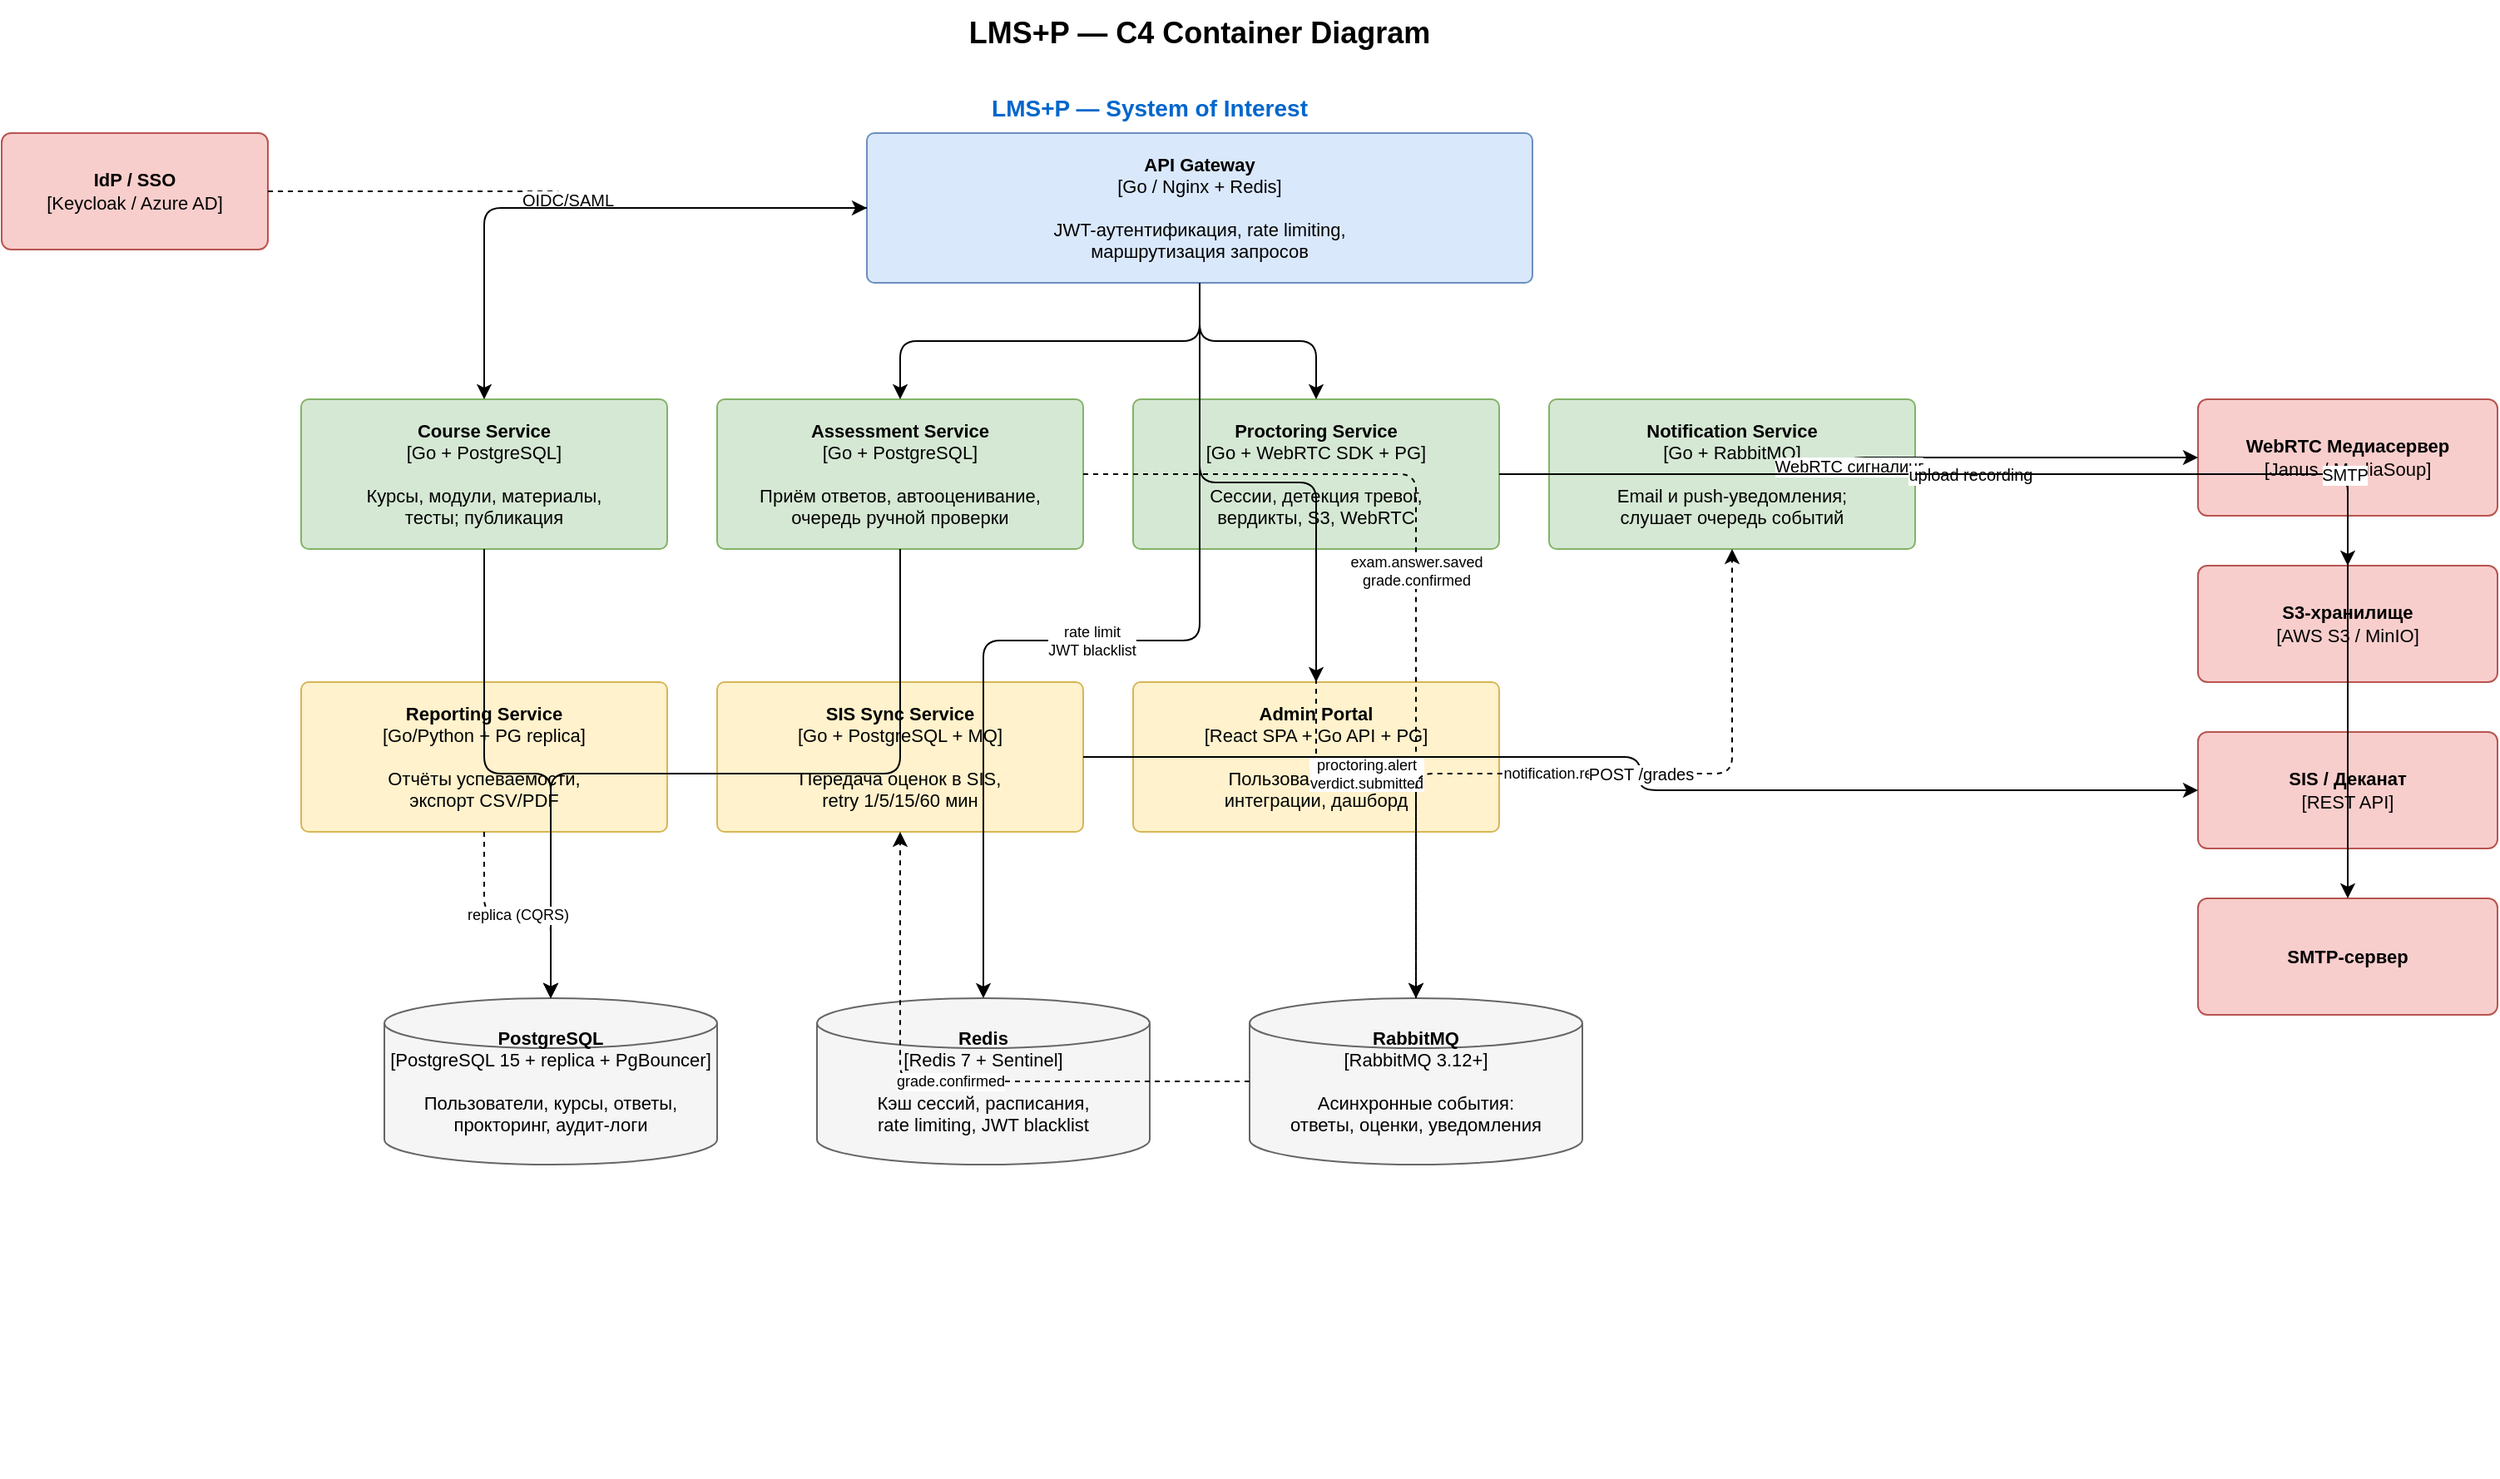
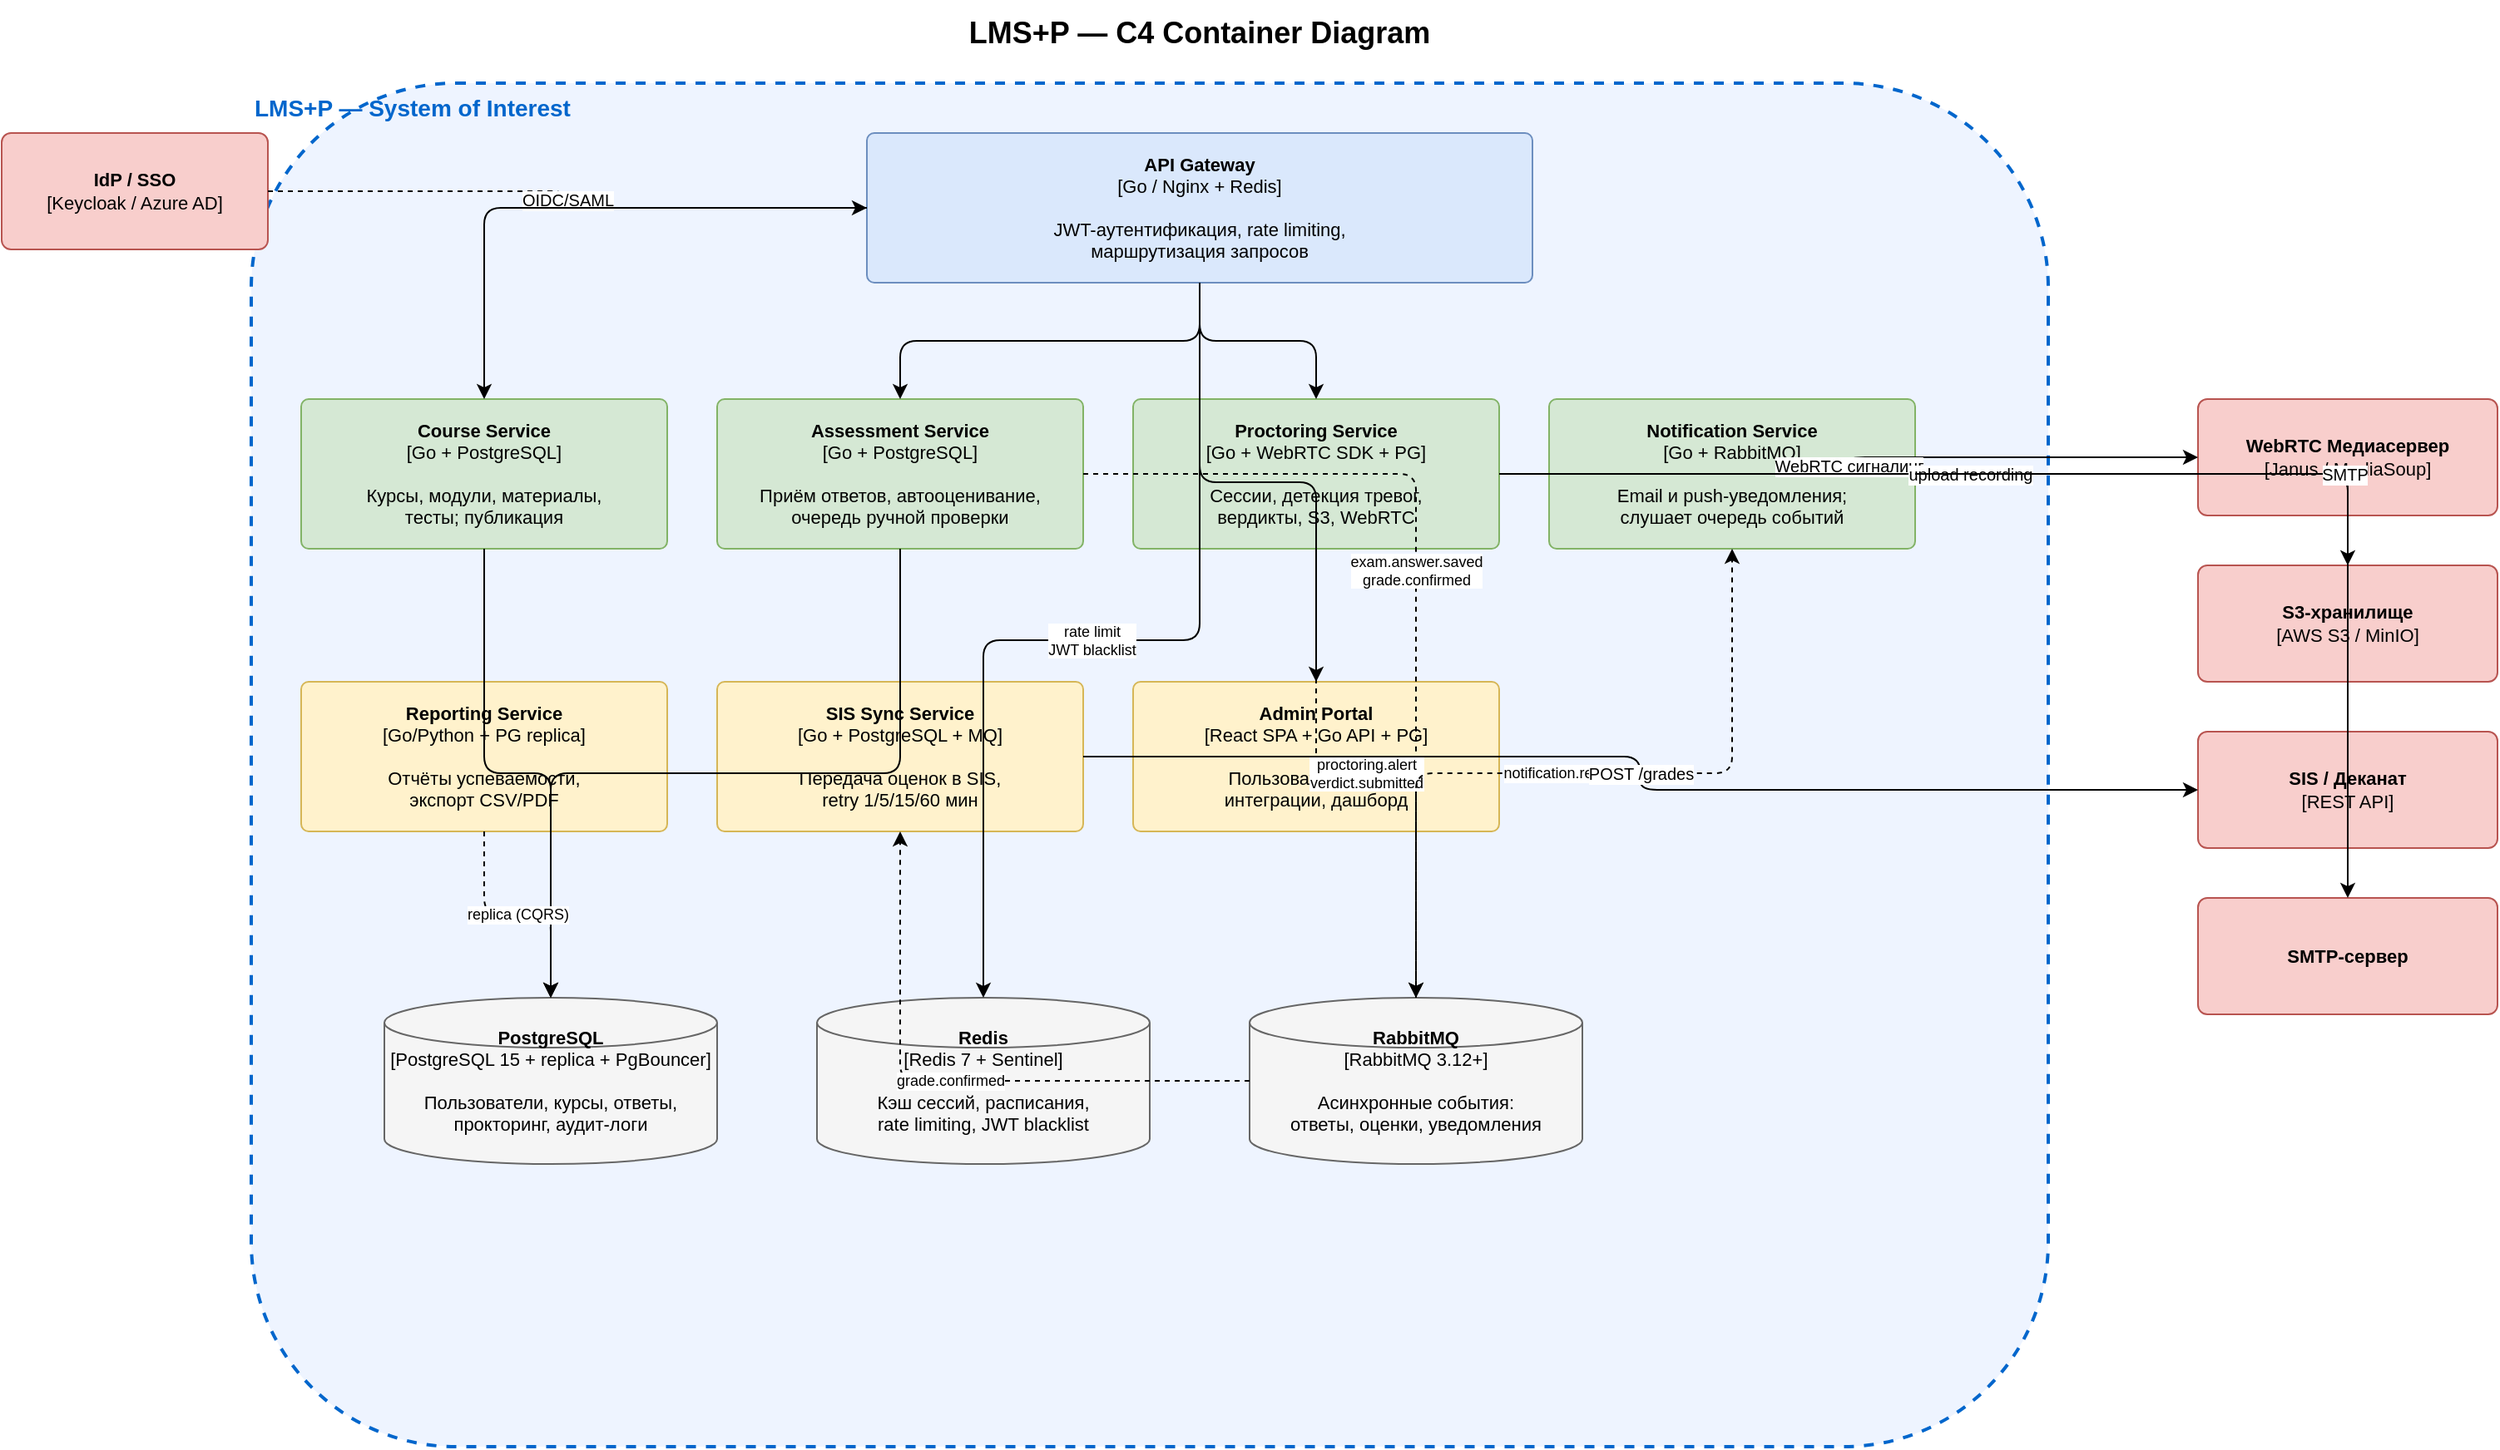
<mxGraphModel dx="1422" dy="762" grid="1" gridSize="10" guides="1" tooltips="1" connect="1" arrows="1" fold="1" page="1" pageScale="1" pageWidth="1654" pageHeight="1169" math="0" shadow="0">
  <root>
    <mxCell id="0" />
    <mxCell id="1" parent="0" />

    <!-- Title -->
    <mxCell id="title" value="LMS+P — C4 Container Diagram" style="text;html=1;strokeColor=none;fillColor=none;align=center;verticalAlign=middle;whiteSpace=wrap;rounded=0;fontSize=18;fontStyle=1;" vertex="1" parent="1">
      <mxGeometry x="450" y="20" width="700" height="40" as="geometry" />
    </mxCell>

    <!-- SoI Boundary -->
-     <mxCell id="boundary" value="LMS+P — System of Interest" style="points=[[0,0],[0.25,0],[0.5,0],[0.75,0],[1,0],[1,0.25],[1,0.5],[1,0.75],[1,1],[0.75,1],[0.5,1],[0.25,1],[0,1],[0,0.75],[0,0.5],[0,0.25]];shape=mxgraph.lean_mapping.electronic_info_flow_edge;whiteSpace=wrap;html=1;fillColor=none;strokeColor=#0066CC;strokeWidth=2;dashed=1;verticalAlign=top;fontSize=14;fontStyle=1;fontColor=#0066CC;" vertex="1" parent="1">
+     <mxCell id="boundary" value="LMS+P — System of Interest" style="text;html=0;strokeColor=#0066CC;fillColor=#EEF4FF;align=left;verticalAlign=top;whiteSpace=wrap;rounded=1;fontSize=14;fontStyle=1;fontColor=#0066CC;dashed=1;strokeWidth=2;" vertex="1" parent="1">
      <mxGeometry x="230" y="70" width="1080" height="820" as="geometry" />
    </mxCell>

    <!-- Layer 1: API Gateway -->
    <mxCell id="gateway" value="&lt;b&gt;API Gateway&lt;/b&gt;&lt;br&gt;[Go / Nginx + Redis]&lt;br&gt;&lt;br&gt;JWT-аутентификация, rate limiting,&lt;br&gt;маршрутизация запросов" style="rounded=1;whiteSpace=wrap;html=1;fillColor=#dae8fc;strokeColor=#6c8ebf;fontSize=11;arcSize=5;" vertex="1" parent="1">
      <mxGeometry x="600" y="100" width="400" height="90" as="geometry" />
    </mxCell>

    <!-- Layer 2: Core Services -->
    <mxCell id="course" value="&lt;b&gt;Course Service&lt;/b&gt;&lt;br&gt;[Go + PostgreSQL]&lt;br&gt;&lt;br&gt;Курсы, модули, материалы,&lt;br&gt;тесты; публикация" style="rounded=1;whiteSpace=wrap;html=1;fillColor=#d5e8d4;strokeColor=#82b366;fontSize=11;arcSize=5;" vertex="1" parent="1">
      <mxGeometry x="260" y="260" width="220" height="90" as="geometry" />
    </mxCell>

    <mxCell id="assessment" value="&lt;b&gt;Assessment Service&lt;/b&gt;&lt;br&gt;[Go + PostgreSQL]&lt;br&gt;&lt;br&gt;Приём ответов, автооценивание,&lt;br&gt;очередь ручной проверки" style="rounded=1;whiteSpace=wrap;html=1;fillColor=#d5e8d4;strokeColor=#82b366;fontSize=11;arcSize=5;" vertex="1" parent="1">
      <mxGeometry x="510" y="260" width="220" height="90" as="geometry" />
    </mxCell>

    <mxCell id="proctoring" value="&lt;b&gt;Proctoring Service&lt;/b&gt;&lt;br&gt;[Go + WebRTC SDK + PG]&lt;br&gt;&lt;br&gt;Сессии, детекция тревог,&lt;br&gt;вердикты, S3, WebRTC" style="rounded=1;whiteSpace=wrap;html=1;fillColor=#d5e8d4;strokeColor=#82b366;fontSize=11;arcSize=5;" vertex="1" parent="1">
      <mxGeometry x="760" y="260" width="220" height="90" as="geometry" />
    </mxCell>

    <mxCell id="notification" value="&lt;b&gt;Notification Service&lt;/b&gt;&lt;br&gt;[Go + RabbitMQ]&lt;br&gt;&lt;br&gt;Email и push-уведомления;&lt;br&gt;слушает очередь событий" style="rounded=1;whiteSpace=wrap;html=1;fillColor=#d5e8d4;strokeColor=#82b366;fontSize=11;arcSize=5;" vertex="1" parent="1">
      <mxGeometry x="1010" y="260" width="220" height="90" as="geometry" />
    </mxCell>

    <!-- Layer 3: Management -->
    <mxCell id="reporting" value="&lt;b&gt;Reporting Service&lt;/b&gt;&lt;br&gt;[Go/Python + PG replica]&lt;br&gt;&lt;br&gt;Отчёты успеваемости,&lt;br&gt;экспорт CSV/PDF" style="rounded=1;whiteSpace=wrap;html=1;fillColor=#fff2cc;strokeColor=#d6b656;fontSize=11;arcSize=5;" vertex="1" parent="1">
      <mxGeometry x="260" y="430" width="220" height="90" as="geometry" />
    </mxCell>

    <mxCell id="sissync" value="&lt;b&gt;SIS Sync Service&lt;/b&gt;&lt;br&gt;[Go + PostgreSQL + MQ]&lt;br&gt;&lt;br&gt;Передача оценок в SIS,&lt;br&gt;retry 1/5/15/60 мин" style="rounded=1;whiteSpace=wrap;html=1;fillColor=#fff2cc;strokeColor=#d6b656;fontSize=11;arcSize=5;" vertex="1" parent="1">
      <mxGeometry x="510" y="430" width="220" height="90" as="geometry" />
    </mxCell>

    <mxCell id="admin" value="&lt;b&gt;Admin Portal&lt;/b&gt;&lt;br&gt;[React SPA + Go API + PG]&lt;br&gt;&lt;br&gt;Пользователи, роли,&lt;br&gt;интеграции, дашборд" style="rounded=1;whiteSpace=wrap;html=1;fillColor=#fff2cc;strokeColor=#d6b656;fontSize=11;arcSize=5;" vertex="1" parent="1">
      <mxGeometry x="760" y="430" width="220" height="90" as="geometry" />
    </mxCell>

    <!-- Layer 4: Storage -->
    <mxCell id="postgres" value="&lt;b&gt;PostgreSQL&lt;/b&gt;&lt;br&gt;[PostgreSQL 15 + replica + PgBouncer]&lt;br&gt;&lt;br&gt;Пользователи, курсы, ответы,&lt;br&gt;прокторинг, аудит-логи" style="shape=cylinder3;whiteSpace=wrap;html=1;fillColor=#f5f5f5;strokeColor=#666666;fontSize=11;" vertex="1" parent="1">
      <mxGeometry x="310" y="620" width="200" height="100" as="geometry" />
    </mxCell>

    <mxCell id="redis" value="&lt;b&gt;Redis&lt;/b&gt;&lt;br&gt;[Redis 7 + Sentinel]&lt;br&gt;&lt;br&gt;Кэш сессий, расписания,&lt;br&gt;rate limiting, JWT blacklist" style="shape=cylinder3;whiteSpace=wrap;html=1;fillColor=#f5f5f5;strokeColor=#666666;fontSize=11;" vertex="1" parent="1">
      <mxGeometry x="570" y="620" width="200" height="100" as="geometry" />
    </mxCell>

    <mxCell id="rabbitmq" value="&lt;b&gt;RabbitMQ&lt;/b&gt;&lt;br&gt;[RabbitMQ 3.12+]&lt;br&gt;&lt;br&gt;Асинхронные события:&lt;br&gt;ответы, оценки, уведомления" style="shape=cylinder3;whiteSpace=wrap;html=1;fillColor=#f5f5f5;strokeColor=#666666;fontSize=11;" vertex="1" parent="1">
      <mxGeometry x="830" y="620" width="200" height="100" as="geometry" />
    </mxCell>

    <!-- External Systems (outside boundary) -->
    <mxCell id="idp" value="&lt;b&gt;IdP / SSO&lt;/b&gt;&lt;br&gt;[Keycloak / Azure AD]" style="rounded=1;whiteSpace=wrap;html=1;fillColor=#f8cecc;strokeColor=#b85450;fontSize=11;arcSize=8;" vertex="1" parent="1">
      <mxGeometry x="80" y="100" width="160" height="70" as="geometry" />
    </mxCell>

    <mxCell id="webrtcext" value="&lt;b&gt;WebRTC Медиасервер&lt;/b&gt;&lt;br&gt;[Janus / MediaSoup]" style="rounded=1;whiteSpace=wrap;html=1;fillColor=#f8cecc;strokeColor=#b85450;fontSize=11;arcSize=8;" vertex="1" parent="1">
      <mxGeometry x="1400" y="260" width="180" height="70" as="geometry" />
    </mxCell>

    <mxCell id="s3ext" value="&lt;b&gt;S3-хранилище&lt;/b&gt;&lt;br&gt;[AWS S3 / MinIO]" style="rounded=1;whiteSpace=wrap;html=1;fillColor=#f8cecc;strokeColor=#b85450;fontSize=11;arcSize=8;" vertex="1" parent="1">
      <mxGeometry x="1400" y="360" width="180" height="70" as="geometry" />
    </mxCell>

    <mxCell id="sisext" value="&lt;b&gt;SIS / Деканат&lt;/b&gt;&lt;br&gt;[REST API]" style="rounded=1;whiteSpace=wrap;html=1;fillColor=#f8cecc;strokeColor=#b85450;fontSize=11;arcSize=8;" vertex="1" parent="1">
      <mxGeometry x="1400" y="460" width="180" height="70" as="geometry" />
    </mxCell>

    <mxCell id="smtpext" value="&lt;b&gt;SMTP-сервер&lt;/b&gt;" style="rounded=1;whiteSpace=wrap;html=1;fillColor=#f8cecc;strokeColor=#b85450;fontSize=11;arcSize=8;" vertex="1" parent="1">
      <mxGeometry x="1400" y="560" width="180" height="70" as="geometry" />
    </mxCell>

    <!-- Edges -->
    <mxCell id="e_idp_gw" value="OIDC/SAML" style="edgeStyle=orthogonalEdgeStyle;html=1;fontSize=10;dashed=1;" edge="1" source="idp" target="gateway" parent="1">
      <mxGeometry relative="1" as="geometry" />
    </mxCell>

    <mxCell id="e_gw_course" value="" style="edgeStyle=orthogonalEdgeStyle;html=1;fontSize=10;" edge="1" source="gateway" target="course" parent="1">
      <mxGeometry relative="1" as="geometry" />
    </mxCell>
    <mxCell id="e_gw_assess" value="" style="edgeStyle=orthogonalEdgeStyle;html=1;fontSize=10;" edge="1" source="gateway" target="assessment" parent="1">
      <mxGeometry relative="1" as="geometry" />
    </mxCell>
    <mxCell id="e_gw_proct" value="" style="edgeStyle=orthogonalEdgeStyle;html=1;fontSize=10;" edge="1" source="gateway" target="proctoring" parent="1">
      <mxGeometry relative="1" as="geometry" />
    </mxCell>
    <mxCell id="e_gw_admin" value="" style="edgeStyle=orthogonalEdgeStyle;html=1;fontSize=10;" edge="1" source="gateway" target="admin" parent="1">
      <mxGeometry relative="1" as="geometry" />
    </mxCell>

    <mxCell id="e_assess_mq" value="exam.answer.saved&lt;br&gt;grade.confirmed" style="edgeStyle=orthogonalEdgeStyle;html=1;fontSize=9;dashed=1;" edge="1" source="assessment" target="rabbitmq" parent="1">
      <mxGeometry relative="1" as="geometry" />
    </mxCell>
    <mxCell id="e_proct_mq" value="proctoring.alert&lt;br&gt;verdict.submitted" style="edgeStyle=orthogonalEdgeStyle;html=1;fontSize=9;dashed=1;" edge="1" source="proctoring" target="rabbitmq" parent="1">
      <mxGeometry relative="1" as="geometry" />
    </mxCell>
    <mxCell id="e_mq_notif" value="notification.requested" style="edgeStyle=orthogonalEdgeStyle;html=1;fontSize=9;dashed=1;" edge="1" source="rabbitmq" target="notification" parent="1">
      <mxGeometry relative="1" as="geometry" />
    </mxCell>
    <mxCell id="e_mq_sis" value="grade.confirmed" style="edgeStyle=orthogonalEdgeStyle;html=1;fontSize=9;dashed=1;" edge="1" source="rabbitmq" target="sissync" parent="1">
      <mxGeometry relative="1" as="geometry" />
    </mxCell>

    <mxCell id="e_proct_webrtc" value="WebRTC сигналинг" style="edgeStyle=orthogonalEdgeStyle;html=1;fontSize=10;" edge="1" source="proctoring" target="webrtcext" parent="1">
      <mxGeometry relative="1" as="geometry" />
    </mxCell>
    <mxCell id="e_proct_s3" value="upload recording" style="edgeStyle=orthogonalEdgeStyle;html=1;fontSize=10;" edge="1" source="proctoring" target="s3ext" parent="1">
      <mxGeometry relative="1" as="geometry" />
    </mxCell>
    <mxCell id="e_sis_ext" value="POST /grades" style="edgeStyle=orthogonalEdgeStyle;html=1;fontSize=10;" edge="1" source="sissync" target="sisext" parent="1">
      <mxGeometry relative="1" as="geometry" />
    </mxCell>
    <mxCell id="e_notif_smtp" value="SMTP" style="edgeStyle=orthogonalEdgeStyle;html=1;fontSize=10;" edge="1" source="notification" target="smtpext" parent="1">
      <mxGeometry relative="1" as="geometry" />
    </mxCell>

    <mxCell id="e_svc_pg" value="" style="edgeStyle=orthogonalEdgeStyle;html=1;fontSize=10;" edge="1" source="course" target="postgres" parent="1">
      <mxGeometry relative="1" as="geometry" />
    </mxCell>
    <mxCell id="e_assess_pg" value="" style="edgeStyle=orthogonalEdgeStyle;html=1;fontSize=10;" edge="1" source="assessment" target="postgres" parent="1">
      <mxGeometry relative="1" as="geometry" />
    </mxCell>
    <mxCell id="e_rep_pg" value="replica (CQRS)" style="edgeStyle=orthogonalEdgeStyle;html=1;fontSize=9;dashed=1;" edge="1" source="reporting" target="postgres" parent="1">
      <mxGeometry relative="1" as="geometry" />
    </mxCell>
    <mxCell id="e_gw_redis" value="rate limit&lt;br&gt;JWT blacklist" style="edgeStyle=orthogonalEdgeStyle;html=1;fontSize=9;" edge="1" source="gateway" target="redis" parent="1">
      <mxGeometry relative="1" as="geometry" />
    </mxCell>
  </root>
</mxGraphModel>
